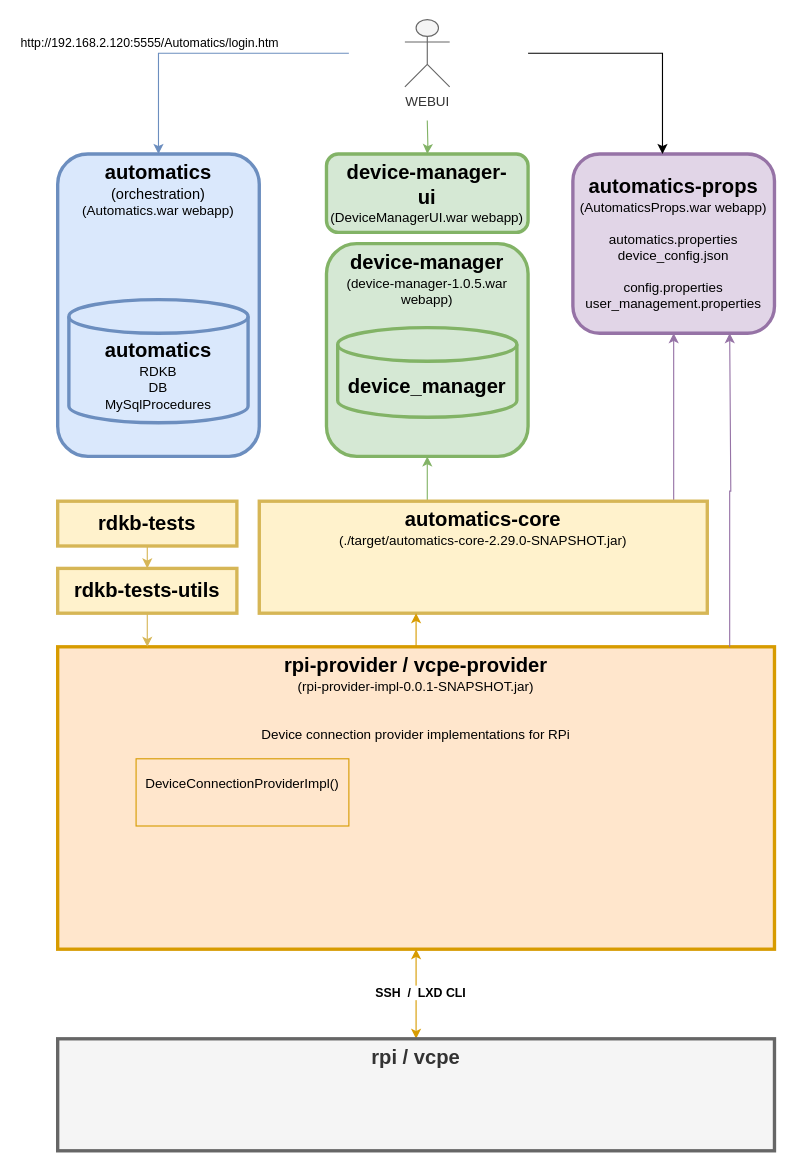
The draw.io diagram drawio/automatics.drawio in robvogelaar/robvogelaar.github.io, before the edit. Source tidied: cells renumbered, new cells numbered last; positions are measured from the earlier drawing's top-left corner, leaving out a move shared by most shapes. Both pictures are drawn from the tidied source at 112%, with x=0, y=0 at pixel (57, 19).
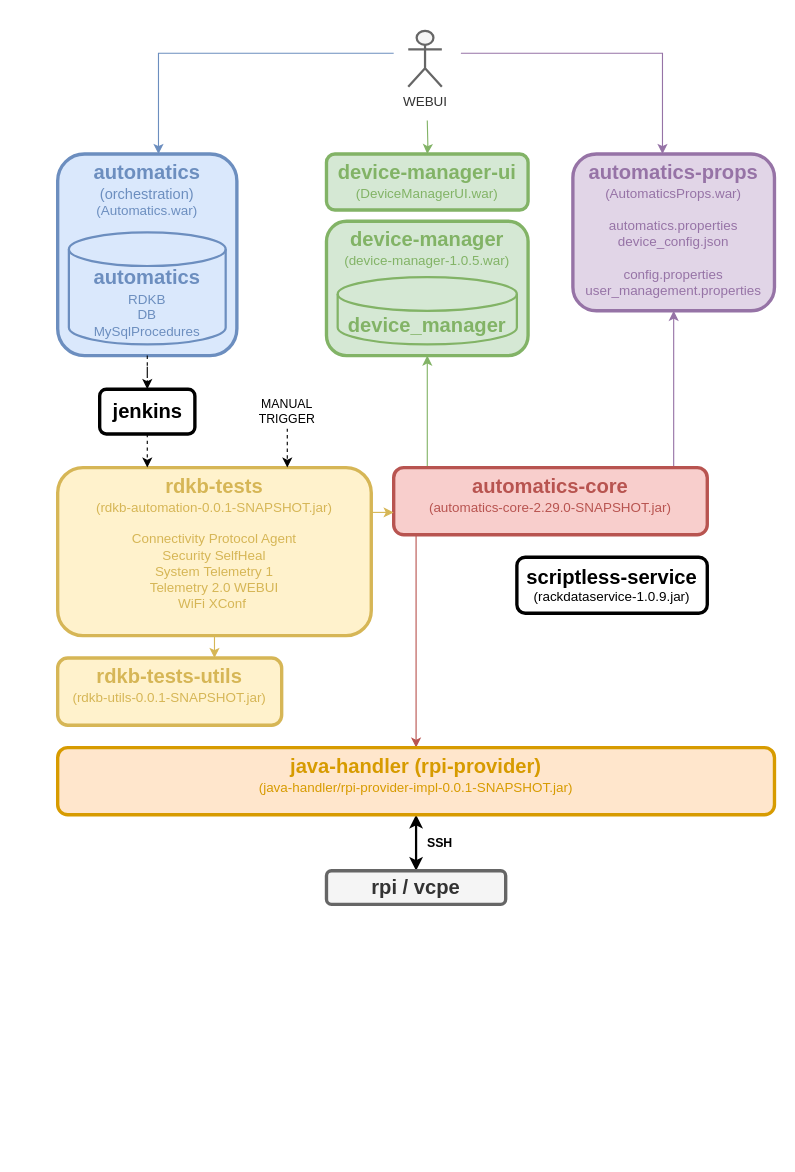
Above is the later version.

Diff of the diagram source:
```diff
@@
-    <mxCell id="2" value="&lt;font style=&quot;font-size: 18px;&quot;&gt;&lt;b&gt;device-manager&lt;/b&gt;&lt;/font&gt;&lt;div&gt;(device-manager-1.0.5.war webapp)&lt;br&gt;&lt;/div&gt;&lt;div&gt;&lt;br&gt;&lt;/div&gt;" style="rounded=1;whiteSpace=wrap;html=1;fillColor=#d5e8d4;strokeColor=#82b366;strokeWidth=3;verticalAlign=top;" parent="1" vertex="1">
-      <mxGeometry x="240" y="200" width="180" height="190" as="geometry" />
+    <mxCell id="2" value="&lt;font style=&quot;font-size: 18px;&quot;&gt;&lt;b&gt;device-manager&lt;/b&gt;&lt;/font&gt;&lt;div&gt;(device-manager-1.0.5.war)&lt;/div&gt;" style="rounded=1;whiteSpace=wrap;html=1;fillColor=#d5e8d4;strokeColor=#82b366;strokeWidth=3;verticalAlign=top;fontColor=light-dark(#82b366, #ededed);" parent="1" vertex="1">
+      <mxGeometry x="240" y="180" width="180" height="120" as="geometry" />
     </mxCell>
-    <mxCell id="3" value="&lt;font style=&quot;font-size: 16px;&quot;&gt;&lt;b style=&quot;font-size: 18px;&quot;&gt;device_manager&lt;/b&gt;&lt;/font&gt;" style="shape=cylinder3;whiteSpace=wrap;html=1;boundedLbl=1;backgroundOutline=1;size=15;fillColor=#d5e8d4;strokeColor=#82b366;strokeWidth=3;" parent="1" vertex="1">
-      <mxGeometry x="250" y="275" width="160" height="80" as="geometry" />
+    <mxCell id="3" value="&lt;font style=&quot;font-size: 16px;&quot;&gt;&lt;b style=&quot;font-size: 18px;&quot;&gt;device_manager&lt;/b&gt;&lt;/font&gt;" style="shape=cylinder3;whiteSpace=wrap;html=1;boundedLbl=1;backgroundOutline=1;size=15;fillColor=#d5e8d4;strokeColor=#82b366;strokeWidth=2;fontColor=light-dark(#82b366, #ededed);" parent="1" vertex="1">
+      <mxGeometry x="250" y="230" width="160" height="60" as="geometry" />
     </mxCell>
@@
-    <mxCell id="5" value="&lt;font style=&quot;font-size: 18px;&quot;&gt;&lt;b&gt;automatics-props&lt;/b&gt;&lt;/font&gt;&lt;div&gt;(AutomaticsProps.war webapp)&lt;/div&gt;&lt;div&gt;&lt;br&gt;&lt;/div&gt;&lt;div&gt;automatics.properties&lt;br&gt;&lt;/div&gt;&lt;div&gt;device_config.json&lt;br&gt;&lt;/div&gt;&lt;div&gt;&lt;br&gt;&lt;/div&gt;&lt;div&gt;config.properties&lt;/div&gt;&lt;div&gt;user_management.properties&lt;br&gt;&lt;/div&gt;" style="rounded=1;whiteSpace=wrap;html=1;fillColor=#e1d5e7;strokeColor=#9673a6;strokeWidth=3;" parent="1" vertex="1">
-      <mxGeometry x="460" y="120" width="180" height="160" as="geometry" />
+    <mxCell id="5" value="&lt;font style=&quot;font-size: 18px;&quot;&gt;&lt;b&gt;automatics-props&lt;/b&gt;&lt;/font&gt;&lt;div&gt;(AutomaticsProps.war)&lt;/div&gt;&lt;div&gt;&lt;br&gt;&lt;/div&gt;&lt;div&gt;automatics.properties&lt;br&gt;&lt;/div&gt;&lt;div&gt;device_config.json&lt;br&gt;&lt;/div&gt;&lt;div&gt;&lt;br&gt;&lt;/div&gt;&lt;div&gt;config.properties&lt;/div&gt;&lt;div&gt;user_management.properties&lt;br&gt;&lt;/div&gt;" style="rounded=1;whiteSpace=wrap;html=1;fillColor=#e1d5e7;strokeColor=#9673a6;strokeWidth=3;fontColor=light-dark(#9673a6, #ededed);verticalAlign=top;" parent="1" vertex="1">
+      <mxGeometry x="460" y="120" width="180" height="140" as="geometry" />
     </mxCell>
     <mxCell id="6" style="edgeStyle=orthogonalEdgeStyle;rounded=0;jettySize=auto;html=1;fillColor=#dae8fc;strokeColor=#6c8ebf;" parent="1" edge="1" target="8">
       <mxGeometry relative="1" as="geometry">
-        <mxPoint x="260" y="30" as="sourcePoint" />
+        <mxPoint x="300" y="30" as="sourcePoint" />
         <Array as="points">
           <mxPoint x="90" y="30" />
         </Array>
       </mxGeometry>
     </mxCell>
-    <mxCell id="7" value="http://192.168.2.120:5555/Automatics/login.htm" style="edgeLabel;html=1;align=center;verticalAlign=middle;" parent="6" vertex="1">
-      <mxGeometry x="-0.03" y="-1" relative="1" as="geometry">
-        <mxPoint x="-53" y="-9" as="offset" />
-      </mxGeometry>
-    </mxCell>
-    <mxCell id="8" value="&lt;font style=&quot;font-size: 18px;&quot;&gt;&lt;b&gt;automatics&lt;/b&gt;&lt;/font&gt;&lt;div&gt;&lt;font style=&quot;font-size: 13px;&quot;&gt;(orchestration)&lt;/font&gt;&lt;br&gt;&lt;div&gt;(Automatics.war webapp)&lt;/div&gt;&lt;/div&gt;" style="rounded=1;whiteSpace=wrap;html=1;fillColor=#dae8fc;strokeColor=#6c8ebf;strokeWidth=3;verticalAlign=top;" parent="1" vertex="1">
-      <mxGeometry y="120" width="180" height="270" as="geometry" />
+    <mxCell id="8" value="&lt;font style=&quot;font-size: 18px;&quot;&gt;&lt;b&gt;automatics&lt;/b&gt;&lt;/font&gt;&lt;div&gt;&lt;font style=&quot;font-size: 13px;&quot;&gt;(orchestration)&lt;/font&gt;&lt;br&gt;&lt;div&gt;(Automatics.war)&lt;/div&gt;&lt;/div&gt;" style="rounded=1;whiteSpace=wrap;html=1;fillColor=#dae8fc;strokeColor=#6c8ebf;strokeWidth=3;verticalAlign=top;fontColor=light-dark(#6c8ebf, #ededed);" parent="1" vertex="1">
+      <mxGeometry y="120" width="160" height="180" as="geometry" />
     </mxCell>
-    <mxCell id="9" value="&lt;font style=&quot;font-size: 18px;&quot;&gt;&lt;b&gt;device-&lt;/b&gt;&lt;/font&gt;&lt;b style=&quot;font-size: 18px; background-color: transparent; color: light-dark(rgb(0, 0, 0), rgb(255, 255, 255));&quot;&gt;manager-&lt;/b&gt;&lt;div&gt;&lt;font style=&quot;font-size: 18px;&quot;&gt;&lt;b&gt;ui&lt;/b&gt;&lt;/font&gt;&lt;div&gt;(DeviceManagerUI.war webapp)&lt;/div&gt;&lt;/div&gt;" style="rounded=1;whiteSpace=wrap;html=1;fillColor=#d5e8d4;strokeColor=#82b366;strokeWidth=3;verticalAlign=top;" parent="1" vertex="1">
-      <mxGeometry x="240" y="120" width="180" height="70" as="geometry" />
+    <mxCell id="9" value="&lt;font style=&quot;font-size: 18px;&quot;&gt;&lt;b&gt;device-&lt;/b&gt;&lt;/font&gt;&lt;b style=&quot;font-size: 18px; background-color: transparent;&quot;&gt;manager-&lt;/b&gt;&lt;b style=&quot;font-size: 18px; background-color: transparent; color: light-dark(rgb(130, 179, 102), rgb(237, 237, 237));&quot;&gt;ui&lt;/b&gt;&lt;div&gt;&lt;div&gt;(DeviceManagerUI.war)&lt;/div&gt;&lt;/div&gt;" style="rounded=1;whiteSpace=wrap;html=1;fillColor=#d5e8d4;strokeColor=#82b366;strokeWidth=3;verticalAlign=top;fontColor=light-dark(#82b366, #ededed);" parent="1" vertex="1">
+      <mxGeometry x="240" y="120" width="180" height="50" as="geometry" />
     </mxCell>
     <mxCell id="10" style="edgeStyle=orthogonalEdgeStyle;rounded=0;jettySize=auto;html=1;fillColor=#d5e8d4;strokeColor=#82b366;" parent="1" edge="1" source="11" target="2">
       <mxGeometry relative="1" as="geometry">
         <Array as="points">
-          <mxPoint x="330" y="420" />
-          <mxPoint x="330" y="420" />
+          <mxPoint x="330" y="380" />
+          <mxPoint x="330" y="380" />
         </Array>
       </mxGeometry>
     </mxCell>
+    <mxCell id="27" style="edgeStyle=orthogonalEdgeStyle;rounded=0;jettySize=auto;html=1;fillColor=#f8cecc;strokeColor=#b85450;" parent="1" edge="1" source="11" target="15">
+      <mxGeometry relative="1" as="geometry">
+        <Array as="points">
+          <mxPoint x="320" y="520" />
+          <mxPoint x="320" y="520" />
+        </Array>
+      </mxGeometry>
+    </mxCell>
-    <mxCell id="11" value="&lt;font style=&quot;font-size: 18px;&quot;&gt;&lt;b&gt;automatics-core&lt;/b&gt;&lt;/font&gt;&lt;div&gt;(./target/automatics-core-2.29.0-SNAPSHOT.jar)&lt;/div&gt;" style="rounded=0;whiteSpace=wrap;html=1;strokeWidth=3;fillColor=#fff2cc;strokeColor=#d6b656;verticalAlign=top;" parent="1" vertex="1">
-      <mxGeometry x="180" y="430" width="400" height="100" as="geometry" />
+    <mxCell id="11" value="&lt;font style=&quot;font-size: 18px;&quot;&gt;&lt;b&gt;automatics-core&lt;/b&gt;&lt;/font&gt;&lt;div&gt;(automatics-core-2.29.0-SNAPSHOT.jar)&lt;/div&gt;" style="rounded=1;whiteSpace=wrap;html=1;strokeWidth=3;fillColor=#f8cecc;strokeColor=#b85450;verticalAlign=top;fontColor=light-dark(#b85450, #ededed);" parent="1" vertex="1">
+      <mxGeometry x="300" y="400" width="280" height="60" as="geometry" />
     </mxCell>
-    <mxCell id="12" style="edgeStyle=orthogonalEdgeStyle;rounded=0;jettySize=auto;html=1;startArrow=classic;startFill=1;fillColor=#ffe6cc;strokeColor=#d79b00;" parent="1" edge="1" source="15" target="21">
+    <mxCell id="12" style="edgeStyle=orthogonalEdgeStyle;rounded=0;jettySize=auto;html=1;startArrow=classic;startFill=1;strokeWidth=2;" parent="1" edge="1" source="15" target="21">
       <mxGeometry relative="1" as="geometry" />
     </mxCell>
-    <mxCell id="13" value="SSH&amp;nbsp; /&amp;nbsp; LXD CLI" style="edgeLabel;html=1;align=center;verticalAlign=middle;fontStyle=1;" parent="12" vertex="1">
-      <mxGeometry x="-0.06" y="3" relative="1" as="geometry" />
+    <mxCell id="13" value="SSH" style="edgeLabel;html=1;align=center;verticalAlign=middle;fontStyle=1;" parent="12" vertex="1">
+      <mxGeometry x="-0.06" y="3" relative="1" as="geometry">
+        <mxPoint x="17" as="offset" />
+      </mxGeometry>
     </mxCell>
-    <mxCell id="14" style="edgeStyle=orthogonalEdgeStyle;rounded=0;jettySize=auto;html=1;fillColor=#ffe6cc;strokeColor=#d79b00;" parent="1" edge="1" source="15" target="11">
-      <mxGeometry relative="1" as="geometry">
-        <Array as="points">
-          <mxPoint x="320" y="540" />
-          <mxPoint x="320" y="540" />
-        </Array>
-      </mxGeometry>
-    </mxCell>
-    <mxCell id="15" value="&lt;font style=&quot;font-size: 18px;&quot;&gt;&lt;b&gt;rpi-provider / vcpe-provider&lt;/b&gt;&lt;/font&gt;&lt;div&gt;(rpi-provider-impl-0.0.1-SNAPSHOT.jar)&lt;/div&gt;&lt;div&gt;&lt;br&gt;&lt;/div&gt;&lt;div&gt;&lt;br&gt;&lt;/div&gt;&lt;div&gt;Device connection provider implementations for RPi&lt;br&gt;&lt;/div&gt;" style="rounded=0;whiteSpace=wrap;html=1;fillColor=#ffe6cc;strokeColor=#d79b00;strokeWidth=3;verticalAlign=top;" parent="1" vertex="1">
-      <mxGeometry y="560" width="640" height="270" as="geometry" />
+    <mxCell id="15" value="&lt;font style=&quot;font-size: 18px;&quot;&gt;&lt;b&gt;java-handler (rpi-provider)&lt;/b&gt;&lt;/font&gt;&lt;div&gt;(java-handler/rpi-provider-impl-0.0.1-SNAPSHOT.jar)&lt;/div&gt;" style="rounded=1;whiteSpace=wrap;html=1;fillColor=#ffe6cc;strokeColor=#d79b00;strokeWidth=3;verticalAlign=top;fontColor=light-dark(#d79b00, #ededed);" parent="1" vertex="1">
+      <mxGeometry y="650" width="640" height="60" as="geometry" />
     </mxCell>
-    <mxCell id="16" value="DeviceConnectionProviderImpl()&lt;div&gt;&lt;br&gt;&lt;/div&gt;" style="rounded=0;whiteSpace=wrap;html=1;fillColor=#ffe6cc;strokeColor=#d79b00;strokeWidth=1;" parent="1" vertex="1">
-      <mxGeometry x="70" y="660" width="190" height="60" as="geometry" />
-    </mxCell>
-    <mxCell id="17" style="edgeStyle=orthogonalEdgeStyle;rounded=0;jettySize=auto;html=1;" parent="1" edge="1" target="5">
+    <mxCell id="17" style="edgeStyle=orthogonalEdgeStyle;rounded=0;jettySize=auto;html=1;fillColor=#e1d5e7;strokeColor=#9673a6;" parent="1" edge="1" target="5">
       <mxGeometry relative="1" as="geometry">
-        <mxPoint x="420" y="30" as="sourcePoint" />
+        <mxPoint x="360" y="30" as="sourcePoint" />
         <Array as="points">
           <mxPoint x="540" y="30" />
         </Array>
       </mxGeometry>
     </mxCell>
@@
-    <mxCell id="19" value="WEBUI" style="shape=umlActor;verticalLabelPosition=bottom;verticalAlign=top;html=1;fillColor=#f5f5f5;strokeColor=#666666;fontColor=#333333;" parent="1" vertex="1">
-      <mxGeometry x="310" width="40" height="60" as="geometry" />
+    <mxCell id="19" value="WEBUI" style="shape=umlActor;verticalLabelPosition=bottom;verticalAlign=top;html=1;fillColor=#f5f5f5;strokeColor=#666666;fontColor=#333333;strokeWidth=2;" parent="1" vertex="1">
+      <mxGeometry x="313" y="10" width="30" height="50" as="geometry" />
     </mxCell>
+    <mxCell id="28" style="edgeStyle=orthogonalEdgeStyle;rounded=0;jettySize=auto;html=1;dashed=1;exitX=0.5;exitY=1;exitDx=0;exitDy=0;" parent="1" edge="1" source="8" target="31">
+      <mxGeometry relative="1" as="geometry" />
+    </mxCell>
-    <mxCell id="20" value="&lt;font style=&quot;font-size: 16px;&quot;&gt;&lt;b style=&quot;font-size: 18px;&quot;&gt;automatics&lt;/b&gt;&lt;/font&gt;&lt;div&gt;&lt;div&gt;RDKB&lt;/div&gt;&lt;div&gt;DB&lt;/div&gt;&lt;div&gt;&lt;span style=&quot;background-color: initial;&quot;&gt;MySqlProcedures&lt;/span&gt;&lt;/div&gt;&lt;/div&gt;" style="shape=cylinder3;whiteSpace=wrap;html=1;boundedLbl=1;backgroundOutline=1;size=15;fillColor=#dae8fc;strokeColor=#6c8ebf;strokeWidth=3;" parent="1" vertex="1">
-      <mxGeometry x="10" y="250" width="160" height="110" as="geometry" />
+    <mxCell id="20" value="&lt;font style=&quot;font-size: 16px;&quot;&gt;&lt;b style=&quot;font-size: 18px;&quot;&gt;automatics&lt;/b&gt;&lt;/font&gt;&lt;div&gt;&lt;div&gt;RDKB&lt;/div&gt;&lt;div&gt;DB&lt;/div&gt;&lt;div&gt;&lt;span style=&quot;background-color: initial;&quot;&gt;MySqlProcedures&lt;/span&gt;&lt;/div&gt;&lt;/div&gt;" style="shape=cylinder3;whiteSpace=wrap;html=1;boundedLbl=1;backgroundOutline=1;size=15;fillColor=#dae8fc;strokeColor=#6c8ebf;strokeWidth=2;fontColor=light-dark(#6c8ebf, #ededed);" parent="1" vertex="1">
+      <mxGeometry x="10" y="190" width="140" height="100" as="geometry" />
     </mxCell>
-    <mxCell id="21" value="&lt;span style=&quot;font-size: 18px;&quot;&gt;&lt;b&gt;rpi / vcpe&lt;/b&gt;&lt;/span&gt;" style="rounded=0;whiteSpace=wrap;html=1;strokeWidth=3;fillColor=#f5f5f5;strokeColor=#666666;verticalAlign=top;fontColor=#333333;" parent="1" vertex="1">
-      <mxGeometry y="910" width="640" height="100" as="geometry" />
+    <mxCell id="21" value="&lt;span style=&quot;font-size: 18px;&quot;&gt;&lt;b&gt;rpi / vcpe&lt;/b&gt;&lt;/span&gt;" style="rounded=1;whiteSpace=wrap;html=1;strokeWidth=3;fillColor=#f5f5f5;strokeColor=#666666;verticalAlign=middle;fontColor=#333333;" parent="1" vertex="1">
+      <mxGeometry x="240" y="760" width="160" height="30" as="geometry" />
     </mxCell>
     <mxCell id="22" style="edgeStyle=orthogonalEdgeStyle;rounded=0;jettySize=auto;html=1;fillColor=#fff2cc;strokeColor=#d6b656;" parent="1" edge="1" source="23" target="25">
-      <mxGeometry relative="1" as="geometry" />
+      <mxGeometry relative="1" as="geometry">
+        <Array as="points">
+          <mxPoint x="80" y="450" />
+          <mxPoint x="80" y="450" />
+        </Array>
+      </mxGeometry>
     </mxCell>
+    <mxCell id="29" style="edgeStyle=orthogonalEdgeStyle;rounded=0;jettySize=auto;html=1;fillColor=#fff2cc;strokeColor=#d6b656;" parent="1" edge="1" source="23" target="11">
+      <mxGeometry relative="1" as="geometry">
+        <Array as="points">
+          <mxPoint x="290" y="440" />
+          <mxPoint x="290" y="440" />
+        </Array>
+      </mxGeometry>
+    </mxCell>
-    <mxCell id="23" value="&lt;span style=&quot;font-size: 18px;&quot;&gt;&lt;b&gt;rdkb-&lt;/b&gt;&lt;/span&gt;&lt;b style=&quot;font-size: 18px; background-color: transparent; color: light-dark(rgb(0, 0, 0), rgb(255, 255, 255));&quot;&gt;tests&lt;/b&gt;" style="rounded=0;whiteSpace=wrap;html=1;strokeWidth=3;fillColor=#fff2cc;strokeColor=#d6b656;verticalAlign=middle;" parent="1" vertex="1">
-      <mxGeometry y="430" width="160" height="40" as="geometry" />
+    <mxCell id="23" value="&lt;span style=&quot;font-size: 18px;&quot;&gt;&lt;b&gt;rdkb-&lt;/b&gt;&lt;/span&gt;&lt;b style=&quot;font-size: 18px; background-color: transparent;&quot;&gt;tests&lt;/b&gt;&lt;div&gt;&lt;font&gt;&lt;span style=&quot;background-color: transparent;&quot;&gt;(&lt;/span&gt;&lt;span style=&quot;background-color: transparent;&quot;&gt;rdkb-automation-0.0.1-SNAPSHOT.jar&lt;/span&gt;&lt;span style=&quot;background-color: transparent;&quot;&gt;)&lt;/span&gt;&lt;/font&gt;&lt;/div&gt;&lt;div&gt;&lt;font&gt;&lt;span style=&quot;background-color: transparent;&quot;&gt;&lt;br&gt;&lt;/span&gt;&lt;/font&gt;&lt;/div&gt;&lt;div&gt;&lt;div&gt;Connectivity&amp;nbsp;&lt;span style=&quot;background-color: transparent; color: light-dark(rgb(214, 182, 86), rgb(237, 237, 237));&quot;&gt;Protocol Agent&lt;/span&gt;&lt;/div&gt;&lt;div&gt;Security&amp;nbsp;&lt;span style=&quot;background-color: transparent; color: light-dark(rgb(214, 182, 86), rgb(237, 237, 237));&quot;&gt;SelfHeal&lt;/span&gt;&lt;/div&gt;&lt;div&gt;System&amp;nbsp;&lt;span style=&quot;background-color: transparent; color: light-dark(rgb(214, 182, 86), rgb(237, 237, 237));&quot;&gt;Telemetry 1&lt;/span&gt;&lt;/div&gt;&lt;div&gt;Telemetry 2.0&amp;nbsp;&lt;span style=&quot;background-color: transparent; color: light-dark(rgb(214, 182, 86), rgb(237, 237, 237));&quot;&gt;WEBUI&lt;/span&gt;&lt;/div&gt;&lt;div&gt;WiFi&amp;nbsp;&lt;span style=&quot;background-color: transparent; color: light-dark(rgb(214, 182, 86), rgb(237, 237, 237));&quot;&gt;XConf&amp;nbsp;&lt;/span&gt;&lt;/div&gt;&lt;/div&gt;&lt;div&gt;&lt;br&gt;&lt;/div&gt;" style="rounded=1;whiteSpace=wrap;html=1;strokeWidth=3;fillColor=#fff2cc;strokeColor=#d6b656;verticalAlign=top;fontColor=light-dark(#d6b656, #ededed);" parent="1" vertex="1">
+      <mxGeometry y="400" width="280" height="150" as="geometry" />
     </mxCell>
-    <mxCell id="24" style="edgeStyle=orthogonalEdgeStyle;rounded=0;jettySize=auto;html=1;fillColor=#fff2cc;strokeColor=#d6b656;" parent="1" edge="1" source="25" target="15">
-      <mxGeometry relative="1" as="geometry">
-        <Array as="points">
-          <mxPoint x="80" y="550" />
-          <mxPoint x="80" y="550" />
-        </Array>
-      </mxGeometry>
-    </mxCell>
-    <mxCell id="25" value="&lt;span style=&quot;font-size: 18px;&quot;&gt;&lt;b&gt;rdkb-&lt;/b&gt;&lt;/span&gt;&lt;b style=&quot;font-size: 18px; background-color: transparent; color: light-dark(rgb(0, 0, 0), rgb(255, 255, 255));&quot;&gt;tests-&lt;/b&gt;&lt;b style=&quot;font-size: 18px; background-color: transparent; color: light-dark(rgb(0, 0, 0), rgb(255, 255, 255));&quot;&gt;utils&lt;/b&gt;" style="rounded=0;whiteSpace=wrap;html=1;strokeWidth=3;fillColor=#fff2cc;strokeColor=#d6b656;verticalAlign=middle;" parent="1" vertex="1">
-      <mxGeometry y="490" width="160" height="40" as="geometry" />
+    <mxCell id="25" value="&lt;span style=&quot;font-size: 18px;&quot;&gt;&lt;b&gt;rdkb-&lt;/b&gt;&lt;/span&gt;&lt;b style=&quot;font-size: 18px; background-color: transparent;&quot;&gt;tests-&lt;/b&gt;&lt;b style=&quot;font-size: 18px; background-color: transparent;&quot;&gt;utils&lt;/b&gt;&lt;div&gt;&lt;font&gt;&lt;span style=&quot;background-color: transparent;&quot;&gt;(&lt;/span&gt;&lt;span style=&quot;background-color: transparent;&quot;&gt;rdkb-utils-0.0.1-SNAPSHOT.jar&lt;/span&gt;&lt;span style=&quot;background-color: transparent;&quot;&gt;)&lt;/span&gt;&lt;/font&gt;&lt;/div&gt;" style="rounded=1;whiteSpace=wrap;html=1;strokeWidth=3;fillColor=#fff2cc;strokeColor=#d6b656;verticalAlign=top;fontColor=light-dark(#d6b656, #ededed);" parent="1" vertex="1">
+      <mxGeometry y="570" width="200" height="60" as="geometry" />
     </mxCell>
-    <mxCell id="26" style="edgeStyle=orthogonalEdgeStyle;rounded=0;jettySize=auto;html=1;fillColor=#e1d5e7;strokeColor=#9673a6;" parent="1" edge="1" source="15">
-      <mxGeometry relative="1" as="geometry">
-        <mxPoint x="600" y="280" as="targetPoint" />
-        <Array as="points">
-          <mxPoint x="600" y="421" />
-          <mxPoint x="601" y="421" />
-        </Array>
-      </mxGeometry>
-    </mxCell>
+    <mxCell id="30" style="edgeStyle=orthogonalEdgeStyle;rounded=0;jettySize=auto;html=1;dashed=1;" parent="1" edge="1" source="31" target="23">
+      <mxGeometry relative="1" as="geometry">
+        <Array as="points">
+          <mxPoint x="80" y="430" />
+          <mxPoint x="80" y="430" />
+        </Array>
+      </mxGeometry>
+    </mxCell>
+    <mxCell id="31" value="&lt;font style=&quot;font-size: 18px;&quot;&gt;&lt;b&gt;jenkins&lt;/b&gt;&lt;/font&gt;" style="rounded=1;whiteSpace=wrap;html=1;strokeWidth=3;verticalAlign=middle;" parent="1" vertex="1">
+      <mxGeometry x="37.5" y="330" width="85" height="40" as="geometry" />
+    </mxCell>
+    <mxCell id="32" value="&lt;font style=&quot;font-size: 18px;&quot;&gt;&lt;b&gt;scriptless-service&lt;/b&gt;&lt;/font&gt;&lt;div&gt;(rackdataservice-1.0.9.jar)&lt;/div&gt;" style="rounded=1;whiteSpace=wrap;html=1;strokeWidth=3;verticalAlign=middle;" parent="1" vertex="1">
+      <mxGeometry x="410" y="480" width="170" height="50" as="geometry" />
+    </mxCell>
+    <mxCell id="33" style="edgeStyle=orthogonalEdgeStyle;rounded=0;jettySize=auto;html=1;dashed=1;" parent="1" edge="1" source="34" target="23">
+      <mxGeometry relative="1" as="geometry">
+        <Array as="points">
+          <mxPoint x="200" y="400" />
+          <mxPoint x="200" y="400" />
+        </Array>
+      </mxGeometry>
+    </mxCell>
+    <mxCell id="34" value="&lt;div style=&quot;font-size: 11px; text-wrap-mode: nowrap;&quot;&gt;MANUAL&lt;/div&gt;&lt;span style=&quot;font-size: 11px; text-wrap-mode: nowrap; background-color: rgb(255, 255, 255);&quot;&gt;TRIGGER&lt;/span&gt;" style="rounded=1;whiteSpace=wrap;html=1;strokeColor=none;" parent="1" vertex="1">
+      <mxGeometry x="170" y="335" width="70" height="30" as="geometry" />
+    </mxCell>
```
